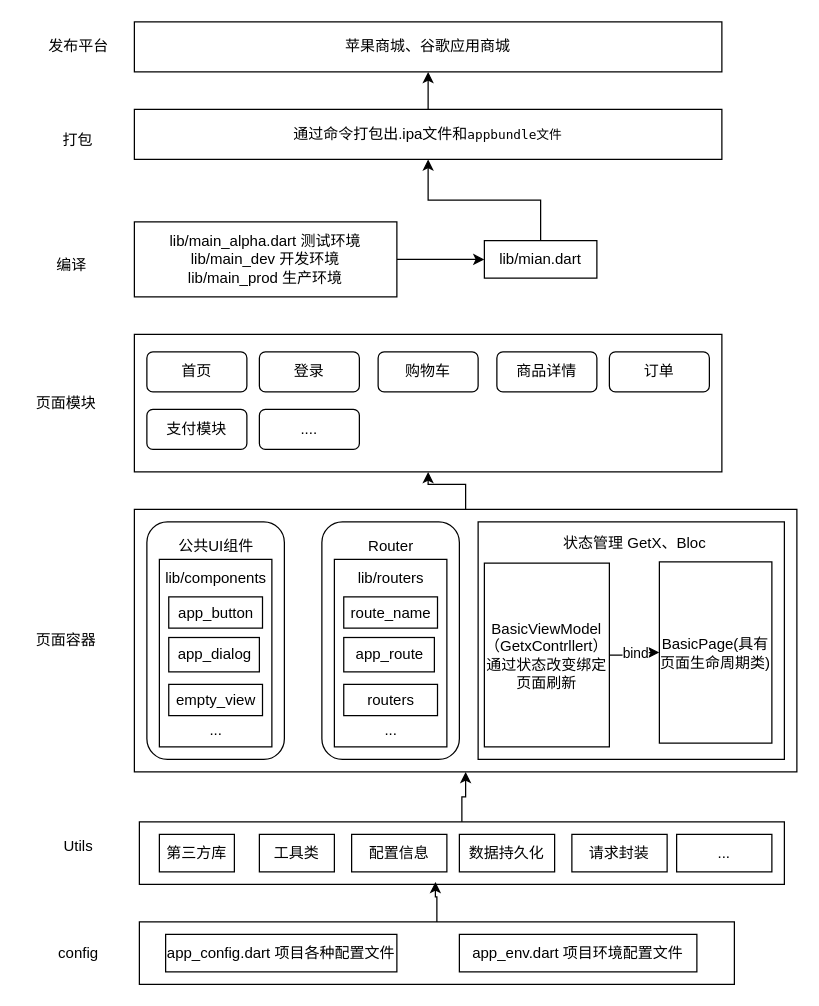
Before: 未命名绘图.drawio in Lemon365189523/ArchitectureBase, a draw.io diagram. Source tidied: cells renumbered, new cells numbered last; positions are measured from the earlier drawing's top-left corner, leaving out a move shared by most shapes. Both pictures are drawn from the tidied source at 125%, with x=0, y=0 at pixel (21, 21).
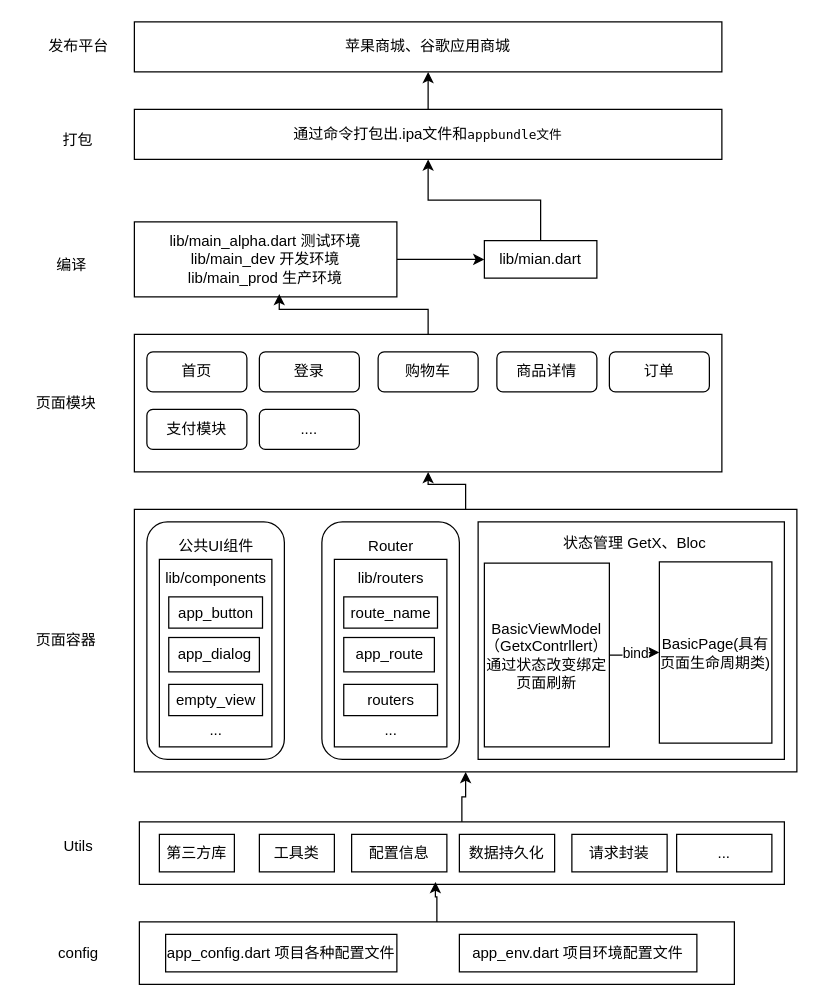
The same diagram, later.

Commit message:
更新未命名绘图.drawio

The change refers to these unchanged cells:
```xml
<mxCell id="11" value="lib/main_alpha.dart 测试环境&lt;div&gt;lib/main_dev 开发环境&lt;/div&gt;&lt;div&gt;lib/main_prod 生产环境&lt;/div&gt;" style="rounded=0;whiteSpace=wrap;html=1;" parent="1" vertex="1">
  <mxGeometry x="90" y="160" width="210" height="60" as="geometry" />
</mxCell>
<mxCell id="12" style="rounded=0;whiteSpace=wrap;html=1;" parent="1" vertex="1">
  <mxGeometry x="90" y="250" width="470" height="110" as="geometry" />
</mxCell>
```

Diff of the diagram source:
```diff
@@
+    <mxCell id="61" style="edgeStyle=orthogonalEdgeStyle;rounded=0;jettySize=auto;html=1;entryX=0.552;entryY=0.962;entryDx=0;entryDy=0;entryPerimeter=0;" parent="1" edge="1" source="12" target="11">
+      <mxGeometry relative="1" as="geometry" />
+    </mxCell>
```
